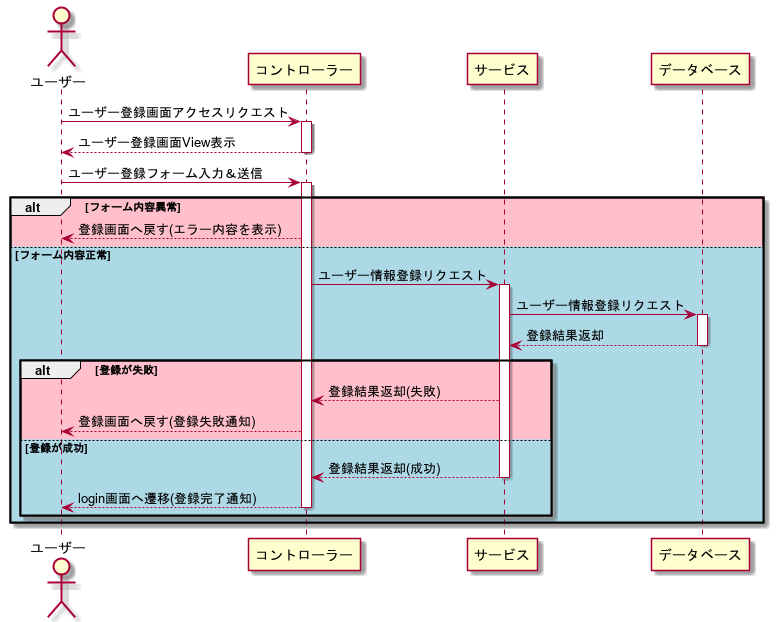
Above: plantuml/signup_se.png in yasusi-1234/my_todo_application (PlantUML), before the change.
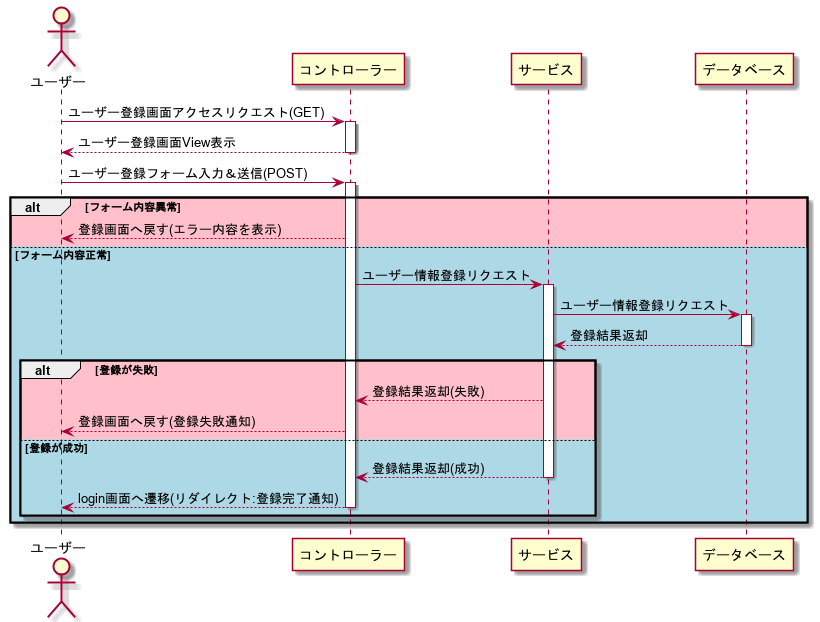
The same file after the commit.

Commit message:
ユーザー登録処理のシーケンス図のユーザーとコントローラーの処理のリクエスト値を(GET・POST・リダイレクト)情報を追加

Diff of the diagram source:
```diff
@@ -1,12 +1,12 @@
 @startuml
 actor "ユーザー" as user
 
-user -> コントローラー: ユーザー登録画面アクセスリクエスト
+user -> コントローラー: ユーザー登録画面アクセスリクエスト(GET)
 activate コントローラー
 コントローラー --> user: ユーザー登録画面View表示
 deactivate コントローラー
 
-user -> コントローラー: ユーザー登録フォーム入力＆送信
+user -> コントローラー: ユーザー登録フォーム入力＆送信(POST)
 activate コントローラー
 alt #pink フォーム内容異常
     コントローラー --> user: 登録画面へ戻す(エラー内容を表示)
@@ -24,7 +24,7 @@
     else #lightblue 登録が成功
         サービス --> コントローラー: 登録結果返却(成功)
         deactivate サービス
-        コントローラー --> user: login画面へ遷移(登録完了通知)
+        コントローラー --> user: login画面へ遷移(リダイレクト:登録完了通知)
         deactivate コントローラー
 
     end
```
